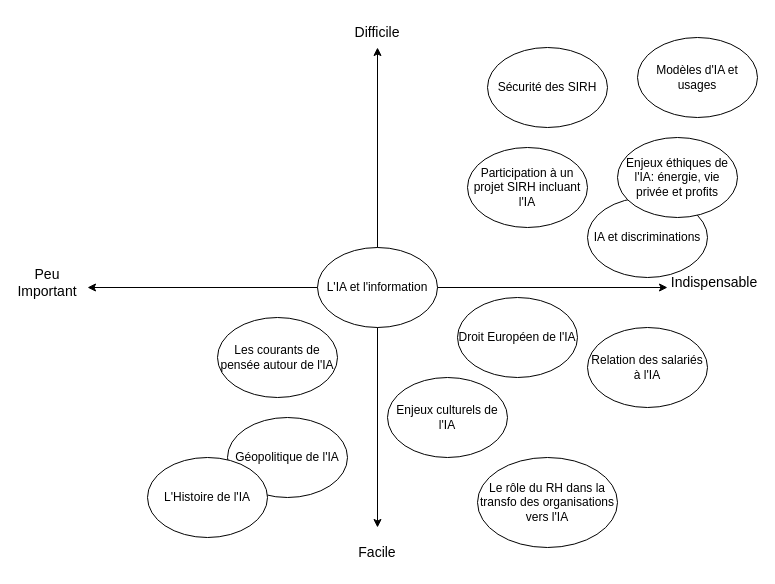
The draw.io diagram page "Carte des apprentissages" (2 of 3) of Cours IA et RH.drawio in Fabrice-64/Drawings, before the edit. Source tidied: cells renumbered, new cells numbered last; positions are measured from the earlier drawing's top-left corner, leaving out a move shared by most shapes. Both pictures are drawn from the tidied source at 100%, with x=0, y=0 at pixel (17, 17).
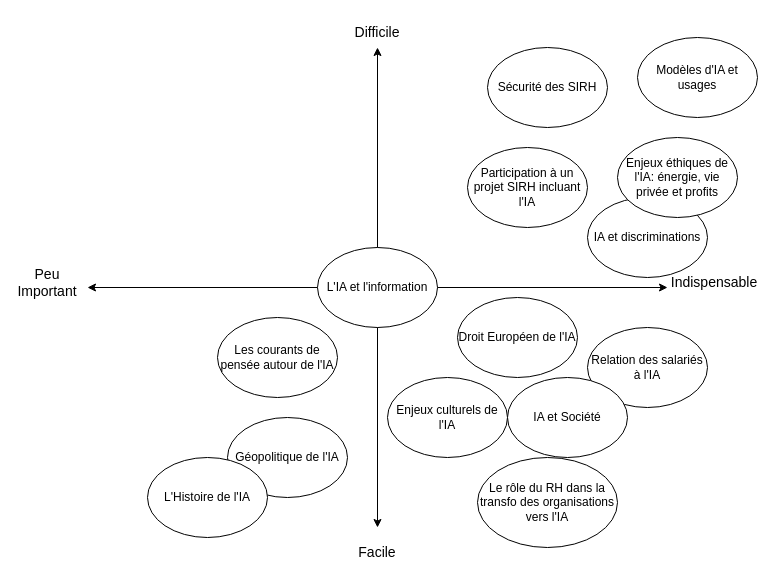
The same diagram, later.

Diff of the diagram source:
```diff
@@
+    <mxCell id="21" value="IA et Société" style="ellipse;whiteSpace=wrap;html=1;" parent="1" vertex="1">
+      <mxGeometry x="490" y="360" width="120" height="80" as="geometry" />
+    </mxCell>
```
